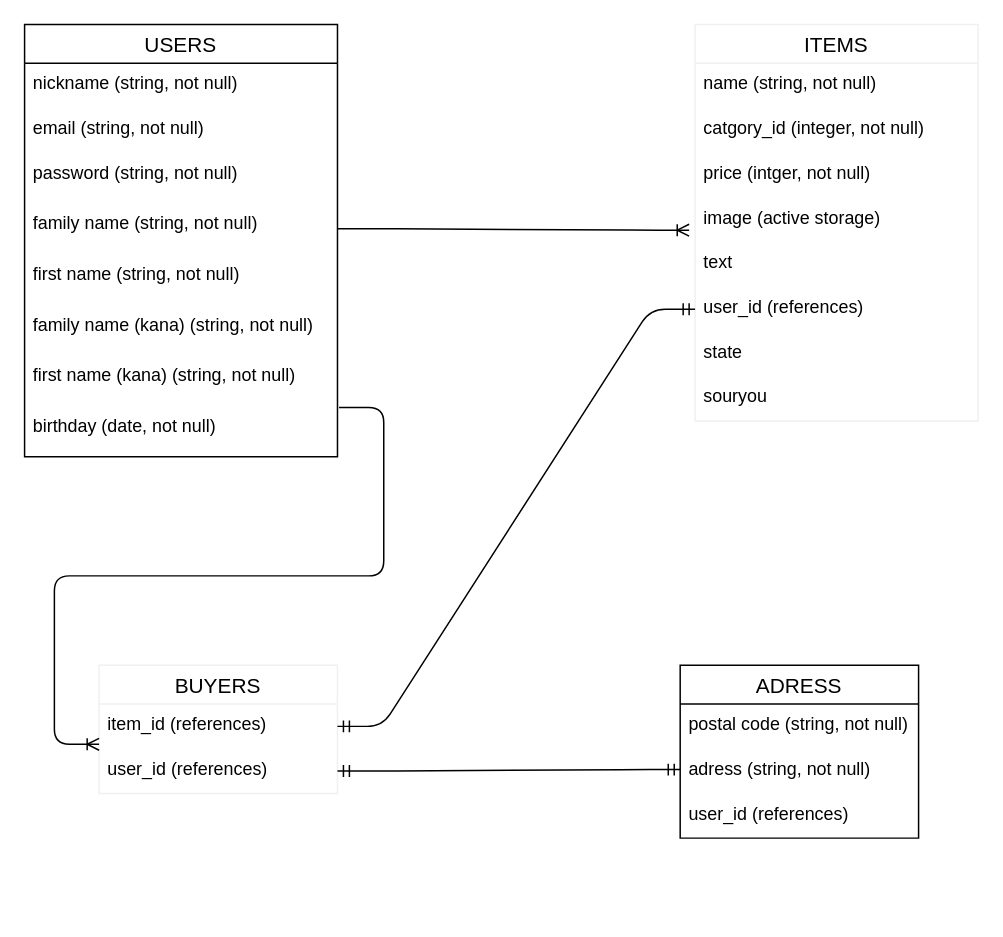
Before: ER.dio in crayon356/furima-31966, a draw.io diagram. Source tidied: cells renumbered, new cells numbered last; positions are measured from the earlier drawing's top-left corner, leaving out a move shared by most shapes. Both pictures are drawn from the tidied source at 149%, with x=0, y=0 at pixel (24, 24).
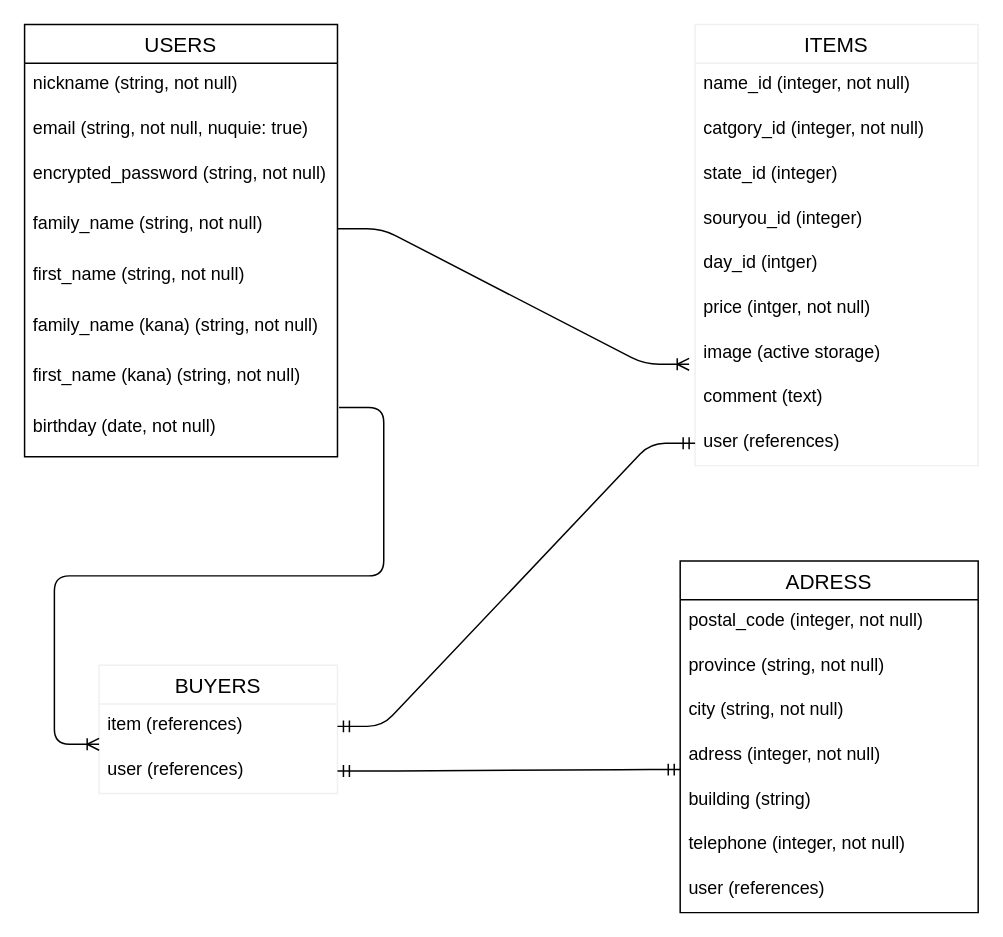
The same diagram, later.

Unchanged cells that the change refers to:
```xml
<mxCell id="2" value="USERS" style="swimlane;fontStyle=0;horizontal=1;startSize=26;align=center;fontSize=14;" parent="1" vertex="1">
  <mxGeometry width="210" height="290" as="geometry" />
</mxCell>
<mxCell id="20" value="BUYERS" style="swimlane;fontStyle=0;horizontal=1;startSize=26;align=center;fontSize=14;strokeColor=#f0f0f0;" parent="1" vertex="1">
  <mxGeometry x="50" y="430" width="160" height="86" as="geometry" />
</mxCell>
```

What changed in the source:
```diff
@@
-    <mxCell id="4" value="email (string, not null)" style="text;strokeColor=none;fillColor=none;spacingLeft=4;spacingRight=4;overflow=hidden;fontSize=12;" parent="2" vertex="1">
+    <mxCell id="4" value="email (string, not null, nuquie: true)" style="text;strokeColor=none;fillColor=none;spacingLeft=4;spacingRight=4;overflow=hidden;fontSize=12;" parent="2" vertex="1">
       <mxGeometry y="56" width="210" height="30" as="geometry" />
     </mxCell>
-    <mxCell id="5" value="password (string, not null)" style="text;strokeColor=none;fillColor=none;spacingLeft=4;spacingRight=4;overflow=hidden;fontSize=12;" parent="2" vertex="1">
+    <mxCell id="5" value="encrypted_password (string, not null)" style="text;strokeColor=none;fillColor=none;spacingLeft=4;spacingRight=4;overflow=hidden;fontSize=12;" parent="2" vertex="1">
       <mxGeometry y="86" width="210" height="34" as="geometry" />
     </mxCell>
-    <mxCell id="6" value="family name (string, not null)" style="text;strokeColor=none;fillColor=none;spacingLeft=4;spacingRight=4;overflow=hidden;points=[[0,0.5],[1,0.5]];portConstraint=eastwest;fontSize=12;" parent="2" vertex="1">
+    <mxCell id="6" value="family_name (string, not null)" style="text;strokeColor=none;fillColor=none;spacingLeft=4;spacingRight=4;overflow=hidden;points=[[0,0.5],[1,0.5]];portConstraint=eastwest;fontSize=12;" parent="2" vertex="1">
       <mxGeometry y="120" width="210" height="34" as="geometry" />
     </mxCell>
-    <mxCell id="7" value="first name (string, not null)" style="text;strokeColor=none;fillColor=none;spacingLeft=4;spacingRight=4;overflow=hidden;fontSize=12;" parent="2" vertex="1">
+    <mxCell id="7" value="first_name (string, not null)" style="text;strokeColor=none;fillColor=none;spacingLeft=4;spacingRight=4;overflow=hidden;fontSize=12;" parent="2" vertex="1">
       <mxGeometry y="154" width="210" height="34" as="geometry" />
     </mxCell>
-    <mxCell id="8" value="family name (kana) (string, not null)" style="text;strokeColor=none;fillColor=none;spacingLeft=4;spacingRight=4;overflow=hidden;fontSize=12;" parent="2" vertex="1">
+    <mxCell id="8" value="family_name (kana) (string, not null)" style="text;strokeColor=none;fillColor=none;spacingLeft=4;spacingRight=4;overflow=hidden;fontSize=12;" parent="2" vertex="1">
       <mxGeometry y="188" width="210" height="34" as="geometry" />
     </mxCell>
-    <mxCell id="9" value="first name (kana) (string, not null)" style="text;strokeColor=none;fillColor=none;spacingLeft=4;spacingRight=4;overflow=hidden;fontSize=12;" parent="2" vertex="1">
+    <mxCell id="9" value="first_name (kana) (string, not null)" style="text;strokeColor=none;fillColor=none;spacingLeft=4;spacingRight=4;overflow=hidden;fontSize=12;" parent="2" vertex="1">
       <mxGeometry y="222" width="210" height="34" as="geometry" />
     </mxCell>
@@
     <mxCell id="11" value="ITEMS" style="swimlane;fontStyle=0;horizontal=1;startSize=26;align=center;fontSize=14;strokeColor=#f0f0f0;" parent="1" vertex="1">
-      <mxGeometry x="450" width="190" height="266" as="geometry" />
+      <mxGeometry x="450" width="190" height="296" as="geometry" />
     </mxCell>
-    <mxCell id="12" value="name (string, not null)" style="text;strokeColor=none;fillColor=none;spacingLeft=4;spacingRight=4;overflow=hidden;fontSize=12;" parent="11" vertex="1">
+    <mxCell id="12" value="name_id (integer, not null)" style="text;strokeColor=none;fillColor=none;spacingLeft=4;spacingRight=4;overflow=hidden;fontSize=12;" parent="11" vertex="1">
       <mxGeometry y="26" width="190" height="30" as="geometry" />
     </mxCell>
@@
+    <mxCell id="18" value="state_id (integer)" style="text;strokeColor=none;fillColor=none;spacingLeft=4;spacingRight=4;overflow=hidden;fontSize=12;" parent="11" vertex="1">
+      <mxGeometry y="86" width="190" height="30" as="geometry" />
+    </mxCell>
+    <mxCell id="19" value="souryou_id (integer)" style="text;strokeColor=none;fillColor=none;spacingLeft=4;spacingRight=4;overflow=hidden;fontSize=12;" parent="11" vertex="1">
+      <mxGeometry y="116" width="190" height="30" as="geometry" />
+    </mxCell>
-    <mxCell id="14" value="price (intger, not null)" style="text;strokeColor=none;fillColor=none;spacingLeft=4;spacingRight=4;overflow=hidden;fontSize=12;" parent="11" vertex="1">
-      <mxGeometry y="86" width="190" height="30" as="geometry" />
+    <mxCell id="14" value="day_id (intger)" style="text;strokeColor=none;fillColor=none;spacingLeft=4;spacingRight=4;overflow=hidden;fontSize=12;" parent="11" vertex="1">
+      <mxGeometry y="146" width="190" height="30" as="geometry" />
     </mxCell>
+    <mxCell id="31" value="price (intger, not null)" style="text;strokeColor=none;fillColor=none;spacingLeft=4;spacingRight=4;overflow=hidden;fontSize=12;" parent="11" vertex="1">
+      <mxGeometry y="176" width="190" height="30" as="geometry" />
+    </mxCell>
     <mxCell id="15" value="image (active storage)" style="text;strokeColor=none;fillColor=none;spacingLeft=4;spacingRight=4;overflow=hidden;points=[[0,0.5],[1,0.5]];portConstraint=eastwest;fontSize=12;" parent="11" vertex="1">
-      <mxGeometry y="116" width="190" height="30" as="geometry" />
+      <mxGeometry y="206" width="190" height="30" as="geometry" />
     </mxCell>
-    <mxCell id="16" value="text" style="text;strokeColor=none;fillColor=none;spacingLeft=4;spacingRight=4;overflow=hidden;fontSize=12;" parent="11" vertex="1">
-      <mxGeometry y="146" width="190" height="30" as="geometry" />
+    <mxCell id="16" value="comment (text)" style="text;strokeColor=none;fillColor=none;spacingLeft=4;spacingRight=4;overflow=hidden;fontSize=12;" parent="11" vertex="1">
+      <mxGeometry y="236" width="190" height="30" as="geometry" />
     </mxCell>
-    <mxCell id="17" value="user_id (references)" style="text;strokeColor=none;fillColor=none;spacingLeft=4;spacingRight=4;overflow=hidden;points=[[0,0.5],[1,0.5]];portConstraint=eastwest;fontSize=12;" parent="11" vertex="1">
-      <mxGeometry y="176" width="190" height="30" as="geometry" />
+    <mxCell id="17" value="user (references)" style="text;strokeColor=none;fillColor=none;spacingLeft=4;spacingRight=4;overflow=hidden;points=[[0,0.5],[1,0.5]];portConstraint=eastwest;fontSize=12;" parent="11" vertex="1">
+      <mxGeometry y="266" width="190" height="30" as="geometry" />
     </mxCell>
-    <mxCell id="18" value="state" style="text;strokeColor=none;fillColor=none;spacingLeft=4;spacingRight=4;overflow=hidden;fontSize=12;" parent="11" vertex="1">
-      <mxGeometry y="206" width="190" height="30" as="geometry" />
-    </mxCell>
-    <mxCell id="19" value="souryou" style="text;strokeColor=none;fillColor=none;spacingLeft=4;spacingRight=4;overflow=hidden;fontSize=12;" parent="11" vertex="1">
-      <mxGeometry y="236" width="190" height="30" as="geometry" />
-    </mxCell>
@@
-    <mxCell id="21" value="item_id (references)" style="text;strokeColor=none;fillColor=none;spacingLeft=4;spacingRight=4;overflow=hidden;points=[[0,0.5],[1,0.5]];portConstraint=eastwest;fontSize=12;" parent="20" vertex="1">
+    <mxCell id="21" value="item (references)" style="text;strokeColor=none;fillColor=none;spacingLeft=4;spacingRight=4;overflow=hidden;points=[[0,0.5],[1,0.5]];portConstraint=eastwest;fontSize=12;" parent="20" vertex="1">
       <mxGeometry y="26" width="160" height="30" as="geometry" />
     </mxCell>
-    <mxCell id="22" value="user_id (references)" style="text;strokeColor=none;fillColor=none;spacingLeft=4;spacingRight=4;overflow=hidden;points=[[0,0.5],[1,0.5]];portConstraint=eastwest;fontSize=12;" parent="20" vertex="1">
+    <mxCell id="22" value="user (references)" style="text;strokeColor=none;fillColor=none;spacingLeft=4;spacingRight=4;overflow=hidden;points=[[0,0.5],[1,0.5]];portConstraint=eastwest;fontSize=12;" parent="20" vertex="1">
       <mxGeometry y="56" width="160" height="30" as="geometry" />
     </mxCell>
     <mxCell id="23" value="ADRESS" style="swimlane;fontStyle=0;horizontal=1;startSize=26;align=center;fontSize=14;" parent="1" vertex="1">
-      <mxGeometry x="440" y="430" width="160" height="116" as="geometry" />
+      <mxGeometry x="440" y="360" width="200" height="236" as="geometry" />
     </mxCell>
-    <mxCell id="24" value="postal code (string, not null)" style="text;strokeColor=none;fillColor=none;spacingLeft=4;spacingRight=4;overflow=hidden;fontSize=12;" parent="23" vertex="1">
-      <mxGeometry y="26" width="160" height="30" as="geometry" />
+    <mxCell id="24" value="postal_code (integer, not null)" style="text;strokeColor=none;fillColor=none;spacingLeft=4;spacingRight=4;overflow=hidden;fontSize=12;" parent="23" vertex="1">
+      <mxGeometry y="26" width="200" height="30" as="geometry" />
     </mxCell>
-    <mxCell id="25" value="adress (string, not null)" style="text;strokeColor=none;fillColor=none;spacingLeft=4;spacingRight=4;overflow=hidden;fontSize=12;" parent="23" vertex="1">
-      <mxGeometry y="56" width="160" height="30" as="geometry" />
+    <mxCell id="25" value="province (string, not null)" style="text;strokeColor=none;fillColor=none;spacingLeft=4;spacingRight=4;overflow=hidden;fontSize=12;" parent="23" vertex="1">
+      <mxGeometry y="56" width="200" height="30" as="geometry" />
     </mxCell>
+    <mxCell id="32" value="city (string, not null)" style="text;strokeColor=none;fillColor=none;spacingLeft=4;spacingRight=4;overflow=hidden;fontSize=12;" parent="23" vertex="1">
+      <mxGeometry y="86" width="200" height="30" as="geometry" />
+    </mxCell>
+    <mxCell id="33" value="adress (integer, not null)" style="text;strokeColor=none;fillColor=none;spacingLeft=4;spacingRight=4;overflow=hidden;fontSize=12;" parent="23" vertex="1">
+      <mxGeometry y="116" width="200" height="30" as="geometry" />
+    </mxCell>
+    <mxCell id="34" value="building (string)" style="text;strokeColor=none;fillColor=none;spacingLeft=4;spacingRight=4;overflow=hidden;fontSize=12;" parent="23" vertex="1">
+      <mxGeometry y="146" width="200" height="30" as="geometry" />
+    </mxCell>
-    <mxCell id="26" value="user_id (references)" style="text;strokeColor=none;fillColor=none;spacingLeft=4;spacingRight=4;overflow=hidden;fontSize=12;" parent="23" vertex="1">
-      <mxGeometry y="86" width="160" height="30" as="geometry" />
+    <mxCell id="26" value="telephone (integer, not null)" style="text;strokeColor=none;fillColor=none;spacingLeft=4;spacingRight=4;overflow=hidden;fontSize=12;" parent="23" vertex="1">
+      <mxGeometry y="176" width="200" height="30" as="geometry" />
     </mxCell>
+    <mxCell id="35" value="user (references)" style="text;strokeColor=none;fillColor=none;spacingLeft=4;spacingRight=4;overflow=hidden;fontSize=12;" parent="23" vertex="1">
+      <mxGeometry y="206" width="200" height="30" as="geometry" />
+    </mxCell>
```
